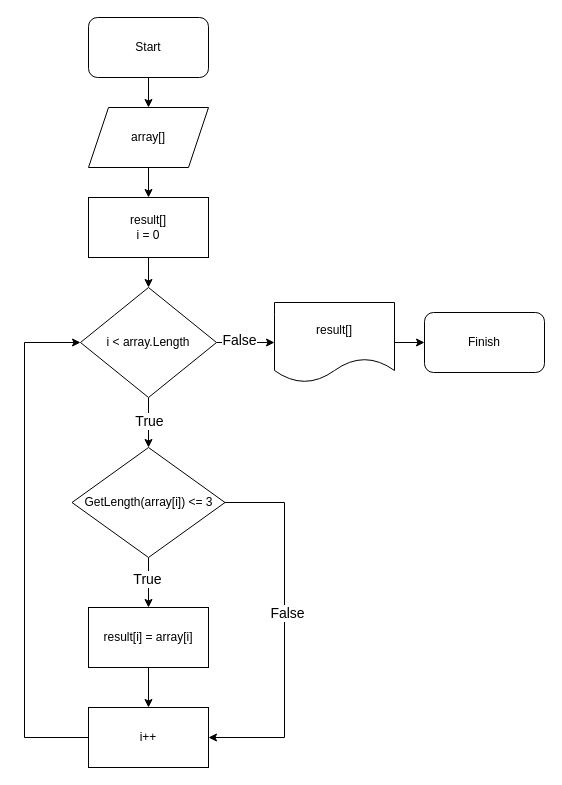
Earlier version of the draw.io diagram блок-схема алгоритма.drawio (sanchousmutant/final_1). Source tidied: cells renumbered, new cells numbered last; positions are measured from the earlier drawing's top-left corner, leaving out a move shared by most shapes. Both pictures are drawn from the tidied source at 100%, with x=0, y=0 at pixel (24, 17).
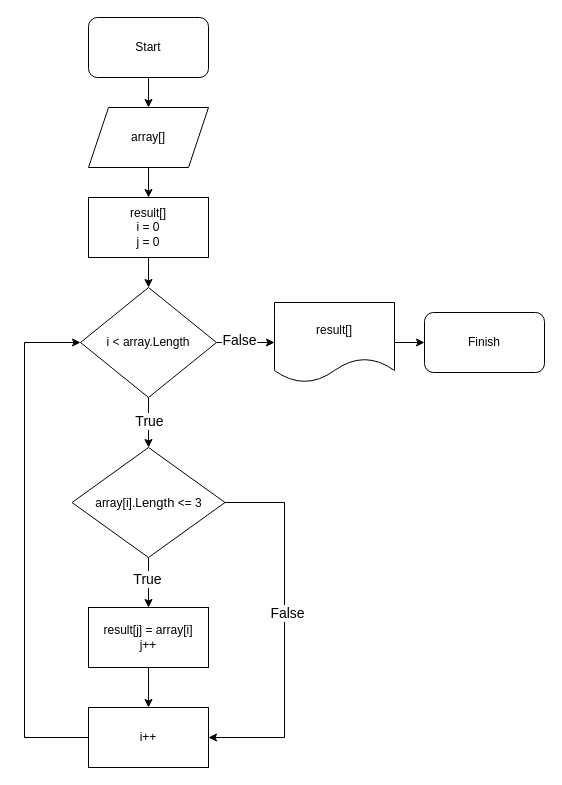
After the change.

What changed in the source:
```diff
@@
-    <mxCell id="5" value="result[]&lt;br&gt;i = 0" style="whiteSpace=wrap;html=1;rounded=1;arcSize=0;" parent="1" vertex="1">
+    <mxCell id="5" value="result[]&lt;br&gt;i = 0&lt;br&gt;j = 0" style="whiteSpace=wrap;html=1;rounded=1;arcSize=0;" parent="1" vertex="1">
       <mxGeometry x="64" y="180" width="120" height="60" as="geometry" />
     </mxCell>
@@
-    <mxCell id="10" value="GetLength(array[i]) &amp;lt;= 3" style="rhombus;whiteSpace=wrap;html=1;rounded=1;arcSize=0;" parent="1" vertex="1">
+    <mxCell id="10" value="array[i].L&lt;span style=&quot;background-color: transparent; font-family: inherit; font-style: inherit; font-variant: inherit; font-weight: inherit; color: var(--highlight-literal); text-align: left; margin: 0px; padding: 0px; border: 0px; font-stretch: inherit; line-height: inherit; font-optical-sizing: inherit; font-kerning: inherit; font-feature-settings: inherit; font-variation-settings: inherit; font-size: 13px; vertical-align: baseline; box-sizing: inherit;&quot; class=&quot;hljs-built_in&quot;&gt;ength&lt;/span&gt;&lt;span style=&quot;background-color: initial;&quot;&gt;&amp;nbsp;&amp;lt;= 3&lt;/span&gt;" style="rhombus;whiteSpace=wrap;html=1;rounded=1;arcSize=0;" parent="1" vertex="1">
       <mxGeometry x="47.5" y="430" width="153" height="110" as="geometry" />
     </mxCell>
@@
-    <mxCell id="14" value="result[i] = array[i]" style="whiteSpace=wrap;html=1;rounded=1;arcSize=0;" parent="1" vertex="1">
+    <mxCell id="14" value="result[j] = array[i]&lt;br&gt;j++" style="whiteSpace=wrap;html=1;rounded=1;arcSize=0;" parent="1" vertex="1">
       <mxGeometry x="64" y="590" width="120" height="60" as="geometry" />
     </mxCell>
```
